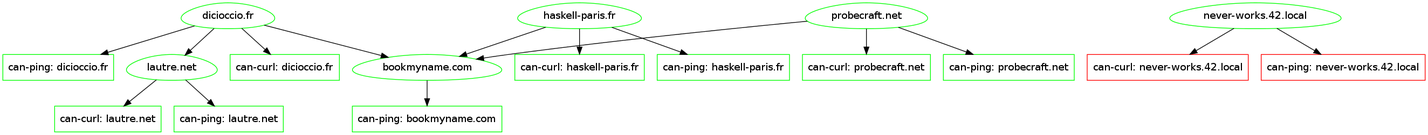
This is examples/service.png from lucasdicioccio/deptrack, a Graphviz export, as it was before one commit. Its source is kept beside it as examples/service.dot.
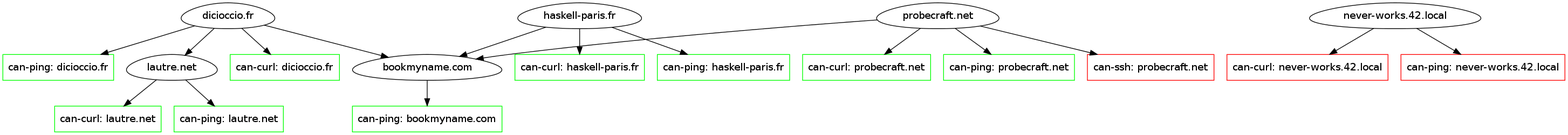
After the change.

Commit message:
Update Service output with example3.

What changed in the source:
```diff
@@ -1,10 +1,10 @@
 digraph G {
-u0[color="green",label="bookmyname.com",shape="egg"];
-u1[color="green",label="dicioccio.fr",shape="egg"];
-u2[color="green",label="haskell-paris.fr",shape="egg"];
-u3[color="green",label="lautre.net",shape="egg"];
-u4[color="green",label="never-works.42.local",shape="egg"];
-u5[color="green",label="probecraft.net",shape="egg"];
+u0[label="bookmyname.com",shape="egg"];
+u1[label="dicioccio.fr",shape="egg"];
+u2[label="haskell-paris.fr",shape="egg"];
+u3[label="lautre.net",shape="egg"];
+u4[label="never-works.42.local",shape="egg"];
+u5[label="probecraft.net",shape="egg"];
 u6[color="green",label="can-curl: dicioccio.fr",shape="rectangle"];
 u7[color="green",label="can-curl: haskell-paris.fr",shape="rectangle"];
 u8[color="green",label="can-curl: lautre.net",shape="rectangle"];
@@ -16,6 +16,7 @@
 u14[color="green",label="can-ping: lautre.net",shape="rectangle"];
 u15[color="red",label="can-ping: never-works.42.local",shape="rectangle"];
 u16[color="green",label="can-ping: probecraft.net",shape="rectangle"];
+u17[color="red",label="can-ssh: probecraft.net",shape="rectangle"];
 u0 -> u11;
 u1 -> u0;
 u1 -> u3;
@@ -31,5 +32,6 @@
 u5 -> u0;
 u5 -> u10;
 u5 -> u16;
+u5 -> u17;
 
 }
```
